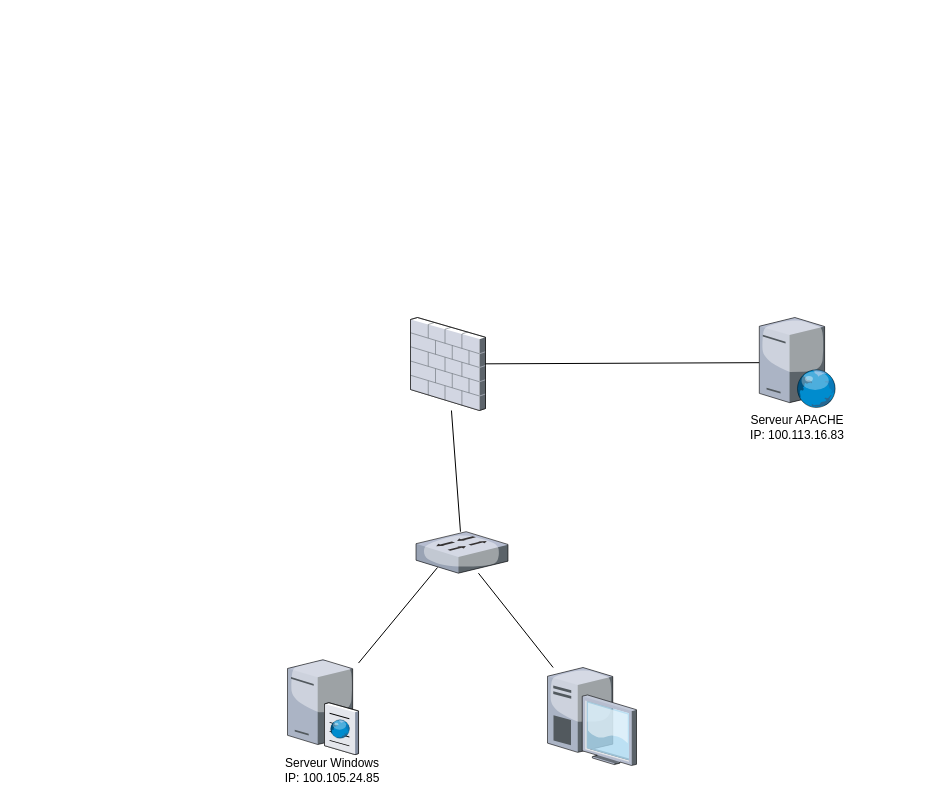
Earlier version of the draw.io diagram diagramme/Diagramme sans nom.drawio (MaximeCaparros/infraProjetIntranet). Source tidied: cells renumbered, new cells numbered last; positions are measured from the earlier drawing's top-left corner, leaving out a move shared by most shapes. Both pictures are drawn from the tidied source at 100%, with x=0, y=0 at pixel (277, 317).
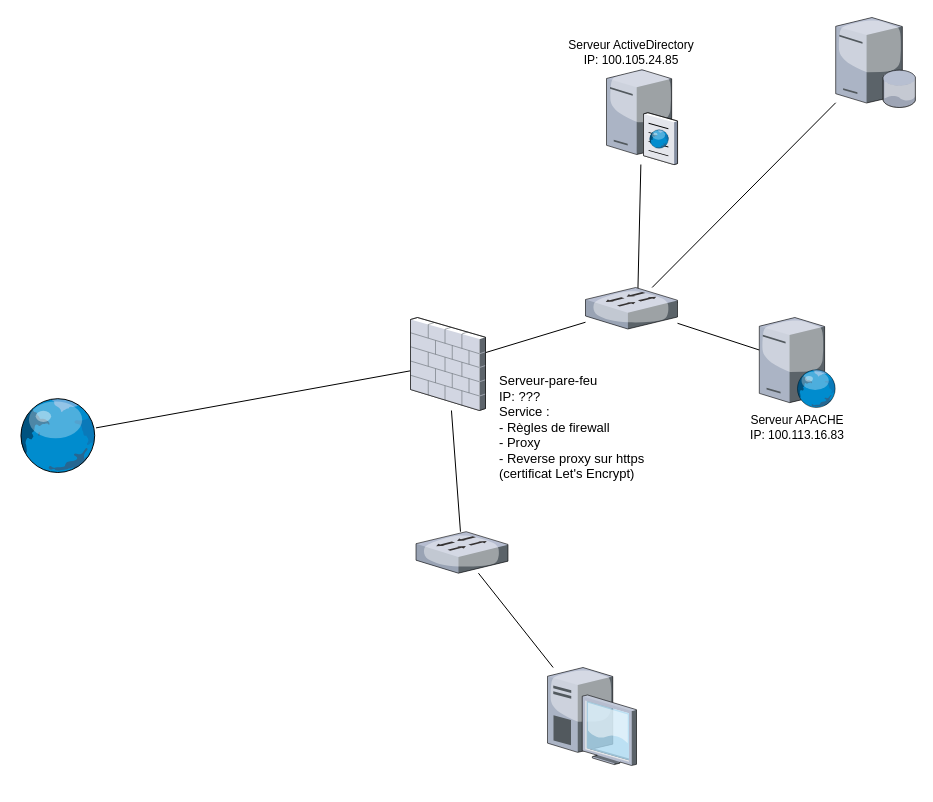
The same diagram, later.

Commit message:
Ajout des serveurs bdd et info sur serveur pare-feu

Unchanged cells that the change refers to:
```xml
<mxCell id="3" style="verticalLabelPosition=bottom;sketch=0;html=1;verticalAlign=top;strokeColor=none;align=center;outlineConnect=0;shape=mxgraph.citrix.firewall;" parent="1" vertex="1">
  <mxGeometry x="133" width="75" height="93" as="geometry" />
</mxCell>
<mxCell id="8" style="verticalLabelPosition=bottom;sketch=0;html=1;verticalAlign=top;strokeColor=none;align=center;outlineConnect=0;shape=mxgraph.citrix.web_server;" parent="1" vertex="1">
  <mxGeometry x="481.8" width="76.5" height="90" as="geometry" />
</mxCell>
```

Change to the diagram source:
```diff
@@
+    <mxCell id="13" style="edgeStyle=none;rounded=0;jettySize=auto;html=1;fontSize=13;endArrow=none;endFill=0;" parent="1" edge="1" source="3" target="18">
+      <mxGeometry relative="1" as="geometry" />
+    </mxCell>
+    <mxCell id="14" style="edgeStyle=none;rounded=0;jettySize=auto;html=1;fontSize=13;endArrow=none;endFill=0;" parent="1" edge="1" source="3" target="19">
+      <mxGeometry relative="1" as="geometry" />
+    </mxCell>
@@
-    <mxCell id="7" style="edgeStyle=none;rounded=0;jettySize=auto;html=1;endArrow=none;endFill=0;" parent="1" edge="1" source="8" target="3">
+    <mxCell id="7" style="edgeStyle=none;rounded=0;jettySize=auto;html=1;endArrow=none;endFill=0;" parent="1" edge="1" source="8" target="19">
       <mxGeometry relative="1" as="geometry" />
     </mxCell>
@@
-    <mxCell id="9" style="rounded=0;jettySize=auto;html=1;endArrow=none;endFill=0;" parent="1" edge="1" source="10">
+    <mxCell id="9" style="rounded=0;jettySize=auto;html=1;endArrow=none;endFill=0;" parent="1" edge="1" source="10" target="19">
       <mxGeometry relative="1" as="geometry">
-        <mxPoint x="160" y="250" as="targetPoint" />
+        <Array as="points">
+          <mxPoint x="360" y="-10" />
+        </Array>
       </mxGeometry>
     </mxCell>
     <mxCell id="10" style="verticalLabelPosition=bottom;sketch=0;html=1;verticalAlign=top;strokeColor=none;align=center;outlineConnect=0;shape=mxgraph.citrix.ftp_server;" parent="1" vertex="1">
-      <mxGeometry x="10" y="340" width="71" height="97" as="geometry" />
+      <mxGeometry x="329" y="-250" width="71" height="97" as="geometry" />
     </mxCell>
@@
-    <mxCell id="12" value="Serveur Windows&lt;br&gt;IP:&amp;nbsp;100.105.24.85" style="text;html=1;strokeColor=none;fillColor=none;align=center;verticalAlign=middle;whiteSpace=wrap;rounded=0;" parent="1" vertex="1">
-      <mxGeometry y="438" width="110" height="30" as="geometry" />
+    <mxCell id="12" value="Serveur ActiveDirectory&lt;br&gt;IP:&amp;nbsp;100.105.24.85" style="text;html=1;strokeColor=none;fillColor=none;align=center;verticalAlign=middle;whiteSpace=wrap;rounded=0;" parent="1" vertex="1">
+      <mxGeometry x="259" y="-280" width="190" height="30" as="geometry" />
     </mxCell>
+    <mxCell id="15" value="&lt;font style=&quot;font-size: 13px;&quot;&gt;Serveur-pare-feu&lt;br&gt;IP: ???&lt;br&gt;Service :&lt;br&gt;- Règles de firewall&lt;br&gt;- Proxy&lt;br&gt;- Reverse proxy sur https&lt;br&gt;(certificat Let's Encrypt)&lt;br&gt;&lt;/font&gt;" style="text;html=1;strokeColor=none;fillColor=none;align=left;verticalAlign=middle;whiteSpace=wrap;rounded=0;" parent="1" vertex="1">
+      <mxGeometry x="220" y="45" width="150" height="130" as="geometry" />
+    </mxCell>
+    <mxCell id="16" style="edgeStyle=none;rounded=0;jettySize=auto;html=1;fontSize=13;endArrow=none;endFill=0;" parent="1" edge="1" source="17" target="19">
+      <mxGeometry relative="1" as="geometry" />
+    </mxCell>
+    <mxCell id="17" style="verticalLabelPosition=bottom;sketch=0;html=1;verticalAlign=top;strokeColor=none;align=center;outlineConnect=0;shape=mxgraph.citrix.database_server;fontSize=13;" parent="1" vertex="1">
+      <mxGeometry x="558.2" y="-300" width="80" height="90" as="geometry" />
+    </mxCell>
+    <mxCell id="18" style="verticalLabelPosition=bottom;sketch=0;html=1;verticalAlign=top;strokeColor=none;align=center;outlineConnect=0;shape=mxgraph.citrix.globe;fontSize=13;" parent="1" vertex="1">
+      <mxGeometry x="-260" y="80" width="78.5" height="75" as="geometry" />
+    </mxCell>
+    <mxCell id="19" style="verticalLabelPosition=bottom;sketch=0;html=1;verticalAlign=top;strokeColor=none;align=center;outlineConnect=0;shape=mxgraph.citrix.switch;" parent="1" vertex="1">
+      <mxGeometry x="308" y="-30" width="92" height="41.5" as="geometry" />
+    </mxCell>
```
